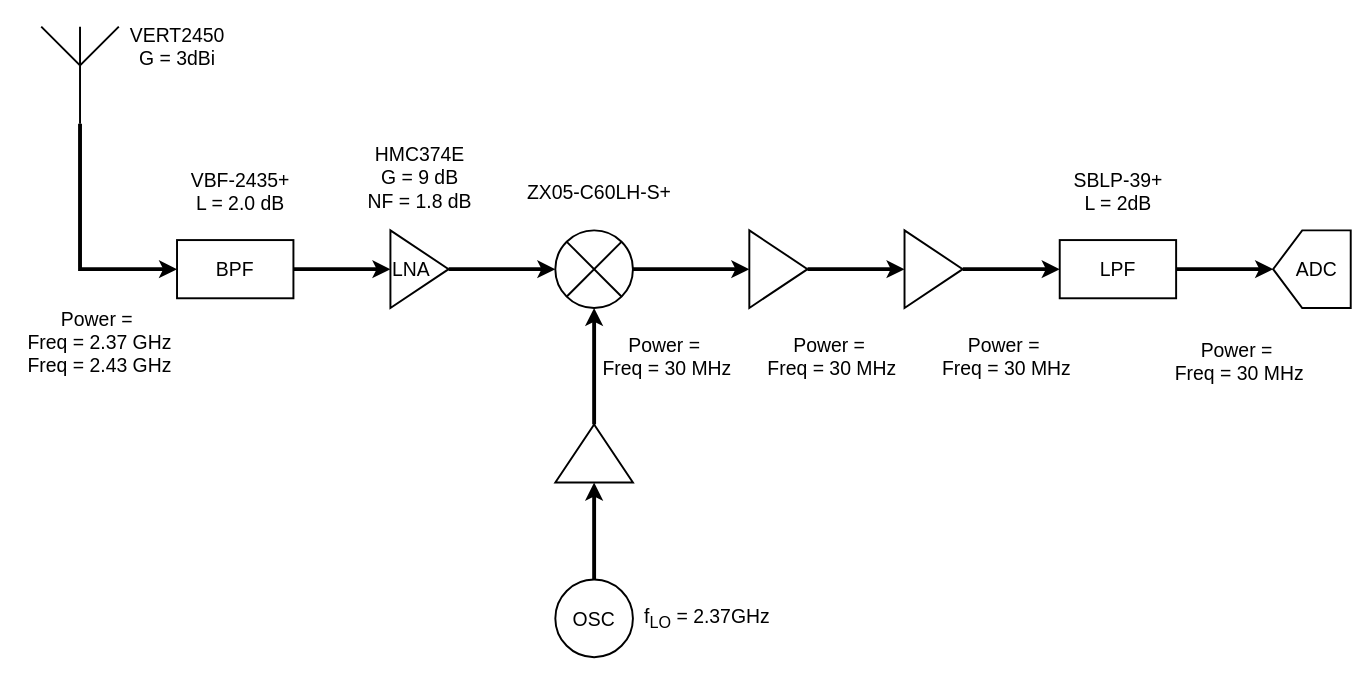
chenbin234/MCC125-Wireless-link-project keeps this draw.io diagram as Receiver.drawio. Above is the earlier version. Source tidied: cells renumbered, new cells numbered last; positions are measured from the earlier drawing's top-left corner, leaving out a move shared by most shapes. Both pictures are drawn from the tidied source at 97%, with x=0, y=0 at pixel (16, 16).
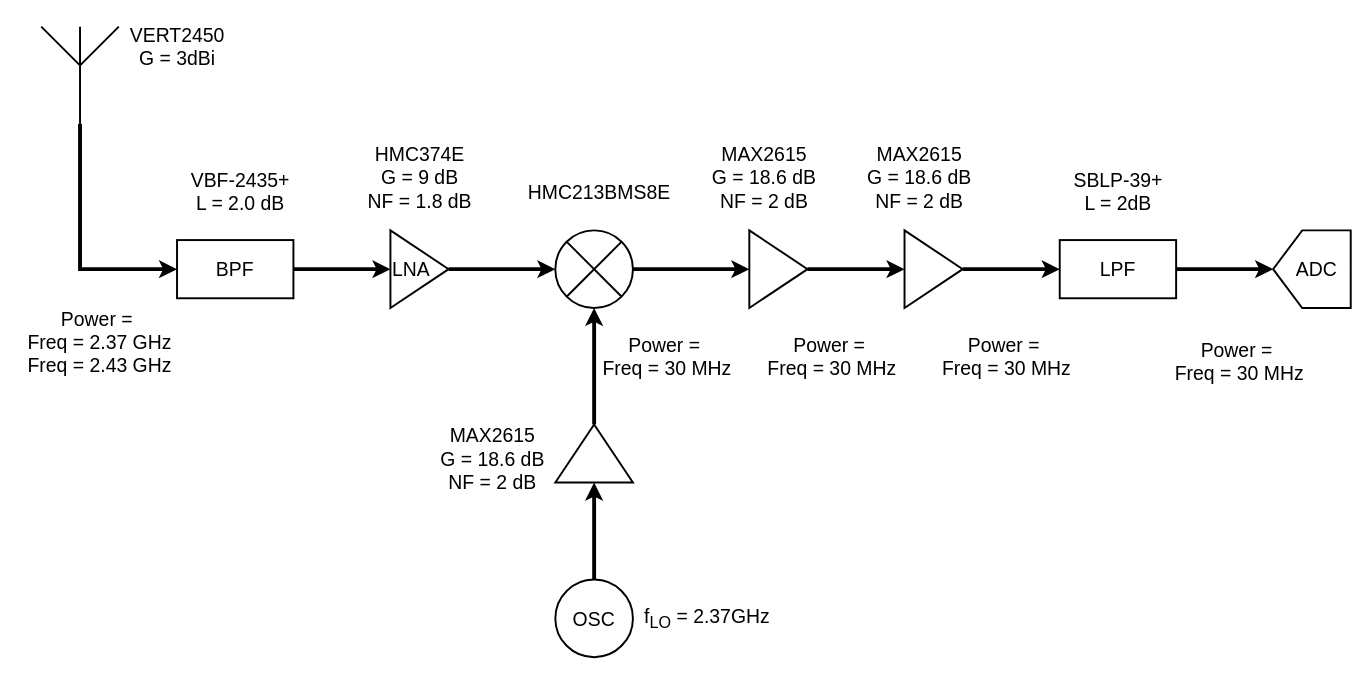
The same page after the edit.

What changed in the source:
```diff
@@
-    <mxCell id="24" value="&lt;font style=&quot;font-size: 20px;&quot;&gt;ZX05-C60LH-S+&lt;/font&gt;" style="text;html=1;align=center;verticalAlign=middle;strokeColor=none;fillColor=none;" parent="1" vertex="1">
+    <mxCell id="24" value="&lt;font style=&quot;font-size: 20px;&quot;&gt;HMC213BMS8E&lt;/font&gt;" style="text;html=1;align=center;verticalAlign=middle;strokeColor=none;fillColor=none;" parent="1" vertex="1">
       <mxGeometry x="515" y="160" width="170" height="40" as="geometry" />
     </mxCell>
@@
+    <mxCell id="32" value="MAX2615&lt;br style=&quot;font-size: 20px;&quot;&gt;G = 18.6 dB&lt;br style=&quot;font-size: 20px;&quot;&gt;NF = 2 dB" style="text;html=1;align=center;verticalAlign=middle;strokeColor=none;fillColor=none;fontSize=20;" parent="1" vertex="1">
+      <mxGeometry x="425" y="410" width="130" height="90" as="geometry" />
+    </mxCell>
+    <mxCell id="33" value="MAX2615&lt;br style=&quot;font-size: 20px;&quot;&gt;G = 18.6 dB&lt;br style=&quot;font-size: 20px;&quot;&gt;NF = 2 dB" style="text;html=1;align=center;verticalAlign=middle;strokeColor=none;fillColor=none;fontSize=20;" parent="1" vertex="1">
+      <mxGeometry x="705" y="120" width="130" height="90" as="geometry" />
+    </mxCell>
+    <mxCell id="34" value="MAX2615&lt;br style=&quot;font-size: 20px;&quot;&gt;G = 18.6 dB&lt;br style=&quot;font-size: 20px;&quot;&gt;NF = 2 dB" style="text;html=1;align=center;verticalAlign=middle;strokeColor=none;fillColor=none;fontSize=20;" parent="1" vertex="1">
+      <mxGeometry x="865" y="120" width="130" height="90" as="geometry" />
+    </mxCell>
```
